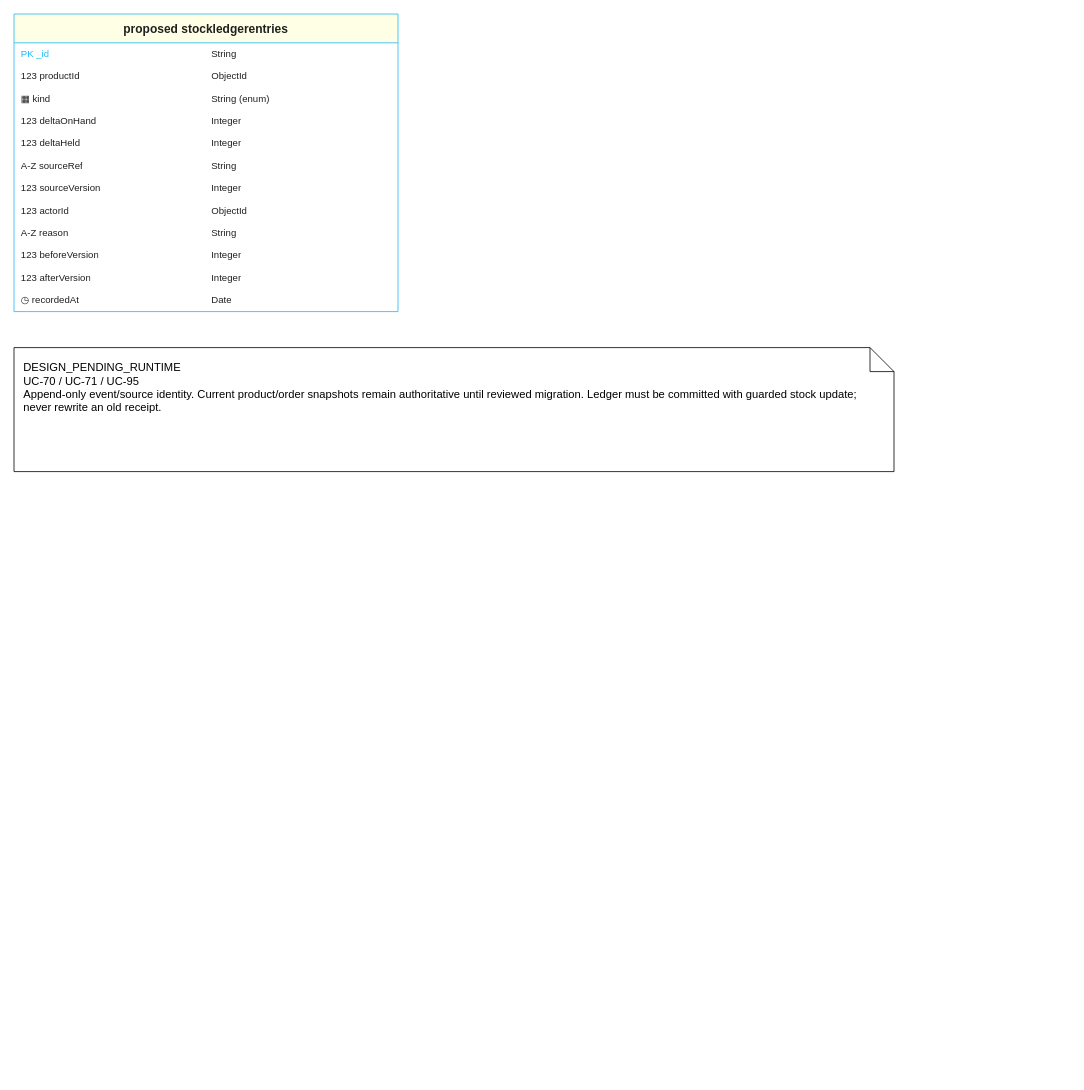
ngocthanhhx7/SEP490_G101_FALL2026 keeps this draw.io diagram as page "StockLedgerEntry — DESIGN_PENDING_RUNTIME" (6 of 11) of doc/reports/report4/database/planned-domain-schema.drawio. Above is the earlier version. Source tidied: cells renumbered, new cells numbered last; positions are measured from the earlier drawing's top-left corner, leaving out a move shared by most shapes. Both pictures are drawn from the tidied source at 80%, with x=0, y=0 at pixel (14, 14).
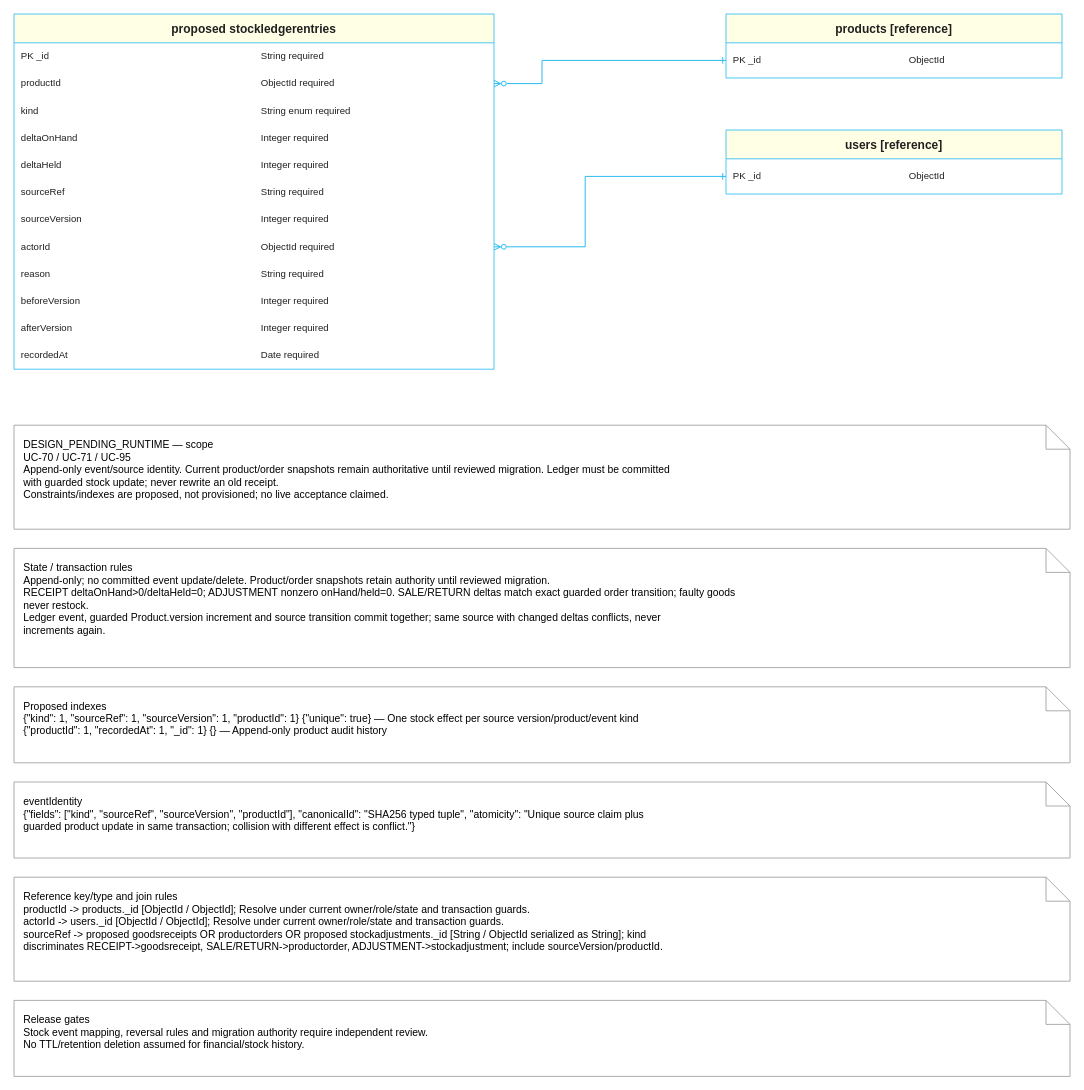
Above is the later version.

Change to the diagram source:
```diff
@@
     <mxCell id="2" value="proposed stockledgerentries" style="swimlane;startSize=36;horizontal=1;rounded=0;html=0;fillColor=#FFFFE5;swimlaneFillColor=#ffffff;strokeColor=#22B8F0;fontColor=#202020;fontSize=15;fontStyle=1;align=center;" parent="1" vertex="1">
-      <mxGeometry width="480" height="372" as="geometry" />
+      <mxGeometry width="600" height="444" as="geometry" />
     </mxCell>
-    <mxCell id="3" value="PK _id" style="text;html=0;whiteSpace=wrap;overflow=hidden;align=left;verticalAlign=middle;fontSize=12;fontColor=#22B8F0;spacingLeft=7;strokeColor=none;" parent="2" vertex="1">
-      <mxGeometry y="36" width="240" height="28" as="geometry" />
+    <mxCell id="3" value="PK _id" style="text;html=0;whiteSpace=wrap;overflow=hidden;align=left;verticalAlign=middle;fontSize=12;fontColor=#202020;spacingLeft=7;strokeColor=none;" parent="2" vertex="1">
+      <mxGeometry y="36" width="300" height="34" as="geometry" />
     </mxCell>
-    <mxCell id="4" value="String" style="text;html=0;whiteSpace=wrap;overflow=hidden;align=left;verticalAlign=middle;fontSize=12;fontColor=#202020;spacingLeft=5;strokeColor=none;" parent="2" vertex="1">
-      <mxGeometry x="240" y="36" width="240" height="28" as="geometry" />
+    <mxCell id="4" value="String required" style="text;html=0;whiteSpace=wrap;overflow=hidden;align=left;verticalAlign=middle;fontSize=12;fontColor=#202020;spacingLeft=7;strokeColor=none;" parent="2" vertex="1">
+      <mxGeometry x="300" y="36" width="300" height="34" as="geometry" />
     </mxCell>
-    <mxCell id="5" value="123 productId" style="text;html=0;whiteSpace=wrap;overflow=hidden;align=left;verticalAlign=middle;fontSize=12;fontColor=#202020;spacingLeft=7;strokeColor=none;" parent="2" vertex="1">
-      <mxGeometry y="64" width="240" height="28" as="geometry" />
+    <mxCell id="5" value="productId" style="text;html=0;whiteSpace=wrap;overflow=hidden;align=left;verticalAlign=middle;fontSize=12;fontColor=#202020;spacingLeft=7;strokeColor=none;" parent="2" vertex="1">
+      <mxGeometry y="70" width="300" height="34" as="geometry" />
     </mxCell>
-    <mxCell id="6" value="ObjectId" style="text;html=0;whiteSpace=wrap;overflow=hidden;align=left;verticalAlign=middle;fontSize=12;fontColor=#202020;spacingLeft=5;strokeColor=none;" parent="2" vertex="1">
-      <mxGeometry x="240" y="64" width="240" height="28" as="geometry" />
+    <mxCell id="6" value="ObjectId required" style="text;html=0;whiteSpace=wrap;overflow=hidden;align=left;verticalAlign=middle;fontSize=12;fontColor=#202020;spacingLeft=7;strokeColor=none;" parent="2" vertex="1">
+      <mxGeometry x="300" y="70" width="300" height="34" as="geometry" />
     </mxCell>
-    <mxCell id="7" value="▦ kind" style="text;html=0;whiteSpace=wrap;overflow=hidden;align=left;verticalAlign=middle;fontSize=12;fontColor=#202020;spacingLeft=7;strokeColor=none;" parent="2" vertex="1">
-      <mxGeometry y="92" width="240" height="28" as="geometry" />
+    <mxCell id="7" value="kind" style="text;html=0;whiteSpace=wrap;overflow=hidden;align=left;verticalAlign=middle;fontSize=12;fontColor=#202020;spacingLeft=7;strokeColor=none;" parent="2" vertex="1">
+      <mxGeometry y="104" width="300" height="34" as="geometry" />
     </mxCell>
-    <mxCell id="8" value="String (enum)" style="text;html=0;whiteSpace=wrap;overflow=hidden;align=left;verticalAlign=middle;fontSize=12;fontColor=#202020;spacingLeft=5;strokeColor=none;" parent="2" vertex="1">
-      <mxGeometry x="240" y="92" width="240" height="28" as="geometry" />
+    <mxCell id="8" value="String enum required" style="text;html=0;whiteSpace=wrap;overflow=hidden;align=left;verticalAlign=middle;fontSize=12;fontColor=#202020;spacingLeft=7;strokeColor=none;" parent="2" vertex="1">
+      <mxGeometry x="300" y="104" width="300" height="34" as="geometry" />
     </mxCell>
-    <mxCell id="9" value="123 deltaOnHand" style="text;html=0;whiteSpace=wrap;overflow=hidden;align=left;verticalAlign=middle;fontSize=12;fontColor=#202020;spacingLeft=7;strokeColor=none;" parent="2" vertex="1">
-      <mxGeometry y="120" width="240" height="28" as="geometry" />
+    <mxCell id="9" value="deltaOnHand" style="text;html=0;whiteSpace=wrap;overflow=hidden;align=left;verticalAlign=middle;fontSize=12;fontColor=#202020;spacingLeft=7;strokeColor=none;" parent="2" vertex="1">
+      <mxGeometry y="138" width="300" height="34" as="geometry" />
     </mxCell>
-    <mxCell id="10" value="Integer" style="text;html=0;whiteSpace=wrap;overflow=hidden;align=left;verticalAlign=middle;fontSize=12;fontColor=#202020;spacingLeft=5;strokeColor=none;" parent="2" vertex="1">
-      <mxGeometry x="240" y="120" width="240" height="28" as="geometry" />
+    <mxCell id="10" value="Integer required" style="text;html=0;whiteSpace=wrap;overflow=hidden;align=left;verticalAlign=middle;fontSize=12;fontColor=#202020;spacingLeft=7;strokeColor=none;" parent="2" vertex="1">
+      <mxGeometry x="300" y="138" width="300" height="34" as="geometry" />
     </mxCell>
-    <mxCell id="11" value="123 deltaHeld" style="text;html=0;whiteSpace=wrap;overflow=hidden;align=left;verticalAlign=middle;fontSize=12;fontColor=#202020;spacingLeft=7;strokeColor=none;" parent="2" vertex="1">
-      <mxGeometry y="148" width="240" height="28" as="geometry" />
+    <mxCell id="11" value="deltaHeld" style="text;html=0;whiteSpace=wrap;overflow=hidden;align=left;verticalAlign=middle;fontSize=12;fontColor=#202020;spacingLeft=7;strokeColor=none;" parent="2" vertex="1">
+      <mxGeometry y="172" width="300" height="34" as="geometry" />
     </mxCell>
-    <mxCell id="12" value="Integer" style="text;html=0;whiteSpace=wrap;overflow=hidden;align=left;verticalAlign=middle;fontSize=12;fontColor=#202020;spacingLeft=5;strokeColor=none;" parent="2" vertex="1">
-      <mxGeometry x="240" y="148" width="240" height="28" as="geometry" />
+    <mxCell id="12" value="Integer required" style="text;html=0;whiteSpace=wrap;overflow=hidden;align=left;verticalAlign=middle;fontSize=12;fontColor=#202020;spacingLeft=7;strokeColor=none;" parent="2" vertex="1">
+      <mxGeometry x="300" y="172" width="300" height="34" as="geometry" />
     </mxCell>
-    <mxCell id="13" value="A-Z sourceRef" style="text;html=0;whiteSpace=wrap;overflow=hidden;align=left;verticalAlign=middle;fontSize=12;fontColor=#202020;spacingLeft=7;strokeColor=none;" parent="2" vertex="1">
-      <mxGeometry y="176" width="240" height="28" as="geometry" />
+    <mxCell id="13" value="sourceRef" style="text;html=0;whiteSpace=wrap;overflow=hidden;align=left;verticalAlign=middle;fontSize=12;fontColor=#202020;spacingLeft=7;strokeColor=none;" parent="2" vertex="1">
+      <mxGeometry y="206" width="300" height="34" as="geometry" />
     </mxCell>
-    <mxCell id="14" value="String" style="text;html=0;whiteSpace=wrap;overflow=hidden;align=left;verticalAlign=middle;fontSize=12;fontColor=#202020;spacingLeft=5;strokeColor=none;" parent="2" vertex="1">
-      <mxGeometry x="240" y="176" width="240" height="28" as="geometry" />
+    <mxCell id="14" value="String required" style="text;html=0;whiteSpace=wrap;overflow=hidden;align=left;verticalAlign=middle;fontSize=12;fontColor=#202020;spacingLeft=7;strokeColor=none;" parent="2" vertex="1">
+      <mxGeometry x="300" y="206" width="300" height="34" as="geometry" />
     </mxCell>
-    <mxCell id="15" value="123 sourceVersion" style="text;html=0;whiteSpace=wrap;overflow=hidden;align=left;verticalAlign=middle;fontSize=12;fontColor=#202020;spacingLeft=7;strokeColor=none;" parent="2" vertex="1">
-      <mxGeometry y="204" width="240" height="28" as="geometry" />
+    <mxCell id="15" value="sourceVersion" style="text;html=0;whiteSpace=wrap;overflow=hidden;align=left;verticalAlign=middle;fontSize=12;fontColor=#202020;spacingLeft=7;strokeColor=none;" parent="2" vertex="1">
+      <mxGeometry y="240" width="300" height="34" as="geometry" />
     </mxCell>
-    <mxCell id="16" value="Integer" style="text;html=0;whiteSpace=wrap;overflow=hidden;align=left;verticalAlign=middle;fontSize=12;fontColor=#202020;spacingLeft=5;strokeColor=none;" parent="2" vertex="1">
-      <mxGeometry x="240" y="204" width="240" height="28" as="geometry" />
+    <mxCell id="16" value="Integer required" style="text;html=0;whiteSpace=wrap;overflow=hidden;align=left;verticalAlign=middle;fontSize=12;fontColor=#202020;spacingLeft=7;strokeColor=none;" parent="2" vertex="1">
+      <mxGeometry x="300" y="240" width="300" height="34" as="geometry" />
     </mxCell>
-    <mxCell id="17" value="123 actorId" style="text;html=0;whiteSpace=wrap;overflow=hidden;align=left;verticalAlign=middle;fontSize=12;fontColor=#202020;spacingLeft=7;strokeColor=none;" parent="2" vertex="1">
-      <mxGeometry y="232" width="240" height="28" as="geometry" />
+    <mxCell id="17" value="actorId" style="text;html=0;whiteSpace=wrap;overflow=hidden;align=left;verticalAlign=middle;fontSize=12;fontColor=#202020;spacingLeft=7;strokeColor=none;" parent="2" vertex="1">
+      <mxGeometry y="274" width="300" height="34" as="geometry" />
     </mxCell>
-    <mxCell id="18" value="ObjectId" style="text;html=0;whiteSpace=wrap;overflow=hidden;align=left;verticalAlign=middle;fontSize=12;fontColor=#202020;spacingLeft=5;strokeColor=none;" parent="2" vertex="1">
-      <mxGeometry x="240" y="232" width="240" height="28" as="geometry" />
+    <mxCell id="18" value="ObjectId required" style="text;html=0;whiteSpace=wrap;overflow=hidden;align=left;verticalAlign=middle;fontSize=12;fontColor=#202020;spacingLeft=7;strokeColor=none;" parent="2" vertex="1">
+      <mxGeometry x="300" y="274" width="300" height="34" as="geometry" />
     </mxCell>
-    <mxCell id="19" value="A-Z reason" style="text;html=0;whiteSpace=wrap;overflow=hidden;align=left;verticalAlign=middle;fontSize=12;fontColor=#202020;spacingLeft=7;strokeColor=none;" parent="2" vertex="1">
-      <mxGeometry y="260" width="240" height="28" as="geometry" />
+    <mxCell id="19" value="reason" style="text;html=0;whiteSpace=wrap;overflow=hidden;align=left;verticalAlign=middle;fontSize=12;fontColor=#202020;spacingLeft=7;strokeColor=none;" parent="2" vertex="1">
+      <mxGeometry y="308" width="300" height="34" as="geometry" />
     </mxCell>
-    <mxCell id="20" value="String" style="text;html=0;whiteSpace=wrap;overflow=hidden;align=left;verticalAlign=middle;fontSize=12;fontColor=#202020;spacingLeft=5;strokeColor=none;" parent="2" vertex="1">
-      <mxGeometry x="240" y="260" width="240" height="28" as="geometry" />
+    <mxCell id="20" value="String required" style="text;html=0;whiteSpace=wrap;overflow=hidden;align=left;verticalAlign=middle;fontSize=12;fontColor=#202020;spacingLeft=7;strokeColor=none;" parent="2" vertex="1">
+      <mxGeometry x="300" y="308" width="300" height="34" as="geometry" />
     </mxCell>
-    <mxCell id="21" value="123 beforeVersion" style="text;html=0;whiteSpace=wrap;overflow=hidden;align=left;verticalAlign=middle;fontSize=12;fontColor=#202020;spacingLeft=7;strokeColor=none;" parent="2" vertex="1">
-      <mxGeometry y="288" width="240" height="28" as="geometry" />
+    <mxCell id="21" value="beforeVersion" style="text;html=0;whiteSpace=wrap;overflow=hidden;align=left;verticalAlign=middle;fontSize=12;fontColor=#202020;spacingLeft=7;strokeColor=none;" parent="2" vertex="1">
+      <mxGeometry y="342" width="300" height="34" as="geometry" />
     </mxCell>
-    <mxCell id="22" value="Integer" style="text;html=0;whiteSpace=wrap;overflow=hidden;align=left;verticalAlign=middle;fontSize=12;fontColor=#202020;spacingLeft=5;strokeColor=none;" parent="2" vertex="1">
-      <mxGeometry x="240" y="288" width="240" height="28" as="geometry" />
+    <mxCell id="22" value="Integer required" style="text;html=0;whiteSpace=wrap;overflow=hidden;align=left;verticalAlign=middle;fontSize=12;fontColor=#202020;spacingLeft=7;strokeColor=none;" parent="2" vertex="1">
+      <mxGeometry x="300" y="342" width="300" height="34" as="geometry" />
     </mxCell>
-    <mxCell id="23" value="123 afterVersion" style="text;html=0;whiteSpace=wrap;overflow=hidden;align=left;verticalAlign=middle;fontSize=12;fontColor=#202020;spacingLeft=7;strokeColor=none;" parent="2" vertex="1">
-      <mxGeometry y="316" width="240" height="28" as="geometry" />
+    <mxCell id="23" value="afterVersion" style="text;html=0;whiteSpace=wrap;overflow=hidden;align=left;verticalAlign=middle;fontSize=12;fontColor=#202020;spacingLeft=7;strokeColor=none;" parent="2" vertex="1">
+      <mxGeometry y="376" width="300" height="34" as="geometry" />
     </mxCell>
-    <mxCell id="24" value="Integer" style="text;html=0;whiteSpace=wrap;overflow=hidden;align=left;verticalAlign=middle;fontSize=12;fontColor=#202020;spacingLeft=5;strokeColor=none;" parent="2" vertex="1">
-      <mxGeometry x="240" y="316" width="240" height="28" as="geometry" />
+    <mxCell id="24" value="Integer required" style="text;html=0;whiteSpace=wrap;overflow=hidden;align=left;verticalAlign=middle;fontSize=12;fontColor=#202020;spacingLeft=7;strokeColor=none;" parent="2" vertex="1">
+      <mxGeometry x="300" y="376" width="300" height="34" as="geometry" />
     </mxCell>
-    <mxCell id="25" value="◷ recordedAt" style="text;html=0;whiteSpace=wrap;overflow=hidden;align=left;verticalAlign=middle;fontSize=12;fontColor=#202020;spacingLeft=7;strokeColor=none;" parent="2" vertex="1">
-      <mxGeometry y="344" width="240" height="28" as="geometry" />
+    <mxCell id="25" value="recordedAt" style="text;html=0;whiteSpace=wrap;overflow=hidden;align=left;verticalAlign=middle;fontSize=12;fontColor=#202020;spacingLeft=7;strokeColor=none;" parent="2" vertex="1">
+      <mxGeometry y="410" width="300" height="34" as="geometry" />
     </mxCell>
-    <mxCell id="26" value="Date" style="text;html=0;whiteSpace=wrap;overflow=hidden;align=left;verticalAlign=middle;fontSize=12;fontColor=#202020;spacingLeft=5;strokeColor=none;" parent="2" vertex="1">
-      <mxGeometry x="240" y="344" width="240" height="28" as="geometry" />
+    <mxCell id="26" value="Date required" style="text;html=0;whiteSpace=wrap;overflow=hidden;align=left;verticalAlign=middle;fontSize=12;fontColor=#202020;spacingLeft=7;strokeColor=none;" parent="2" vertex="1">
+      <mxGeometry x="300" y="410" width="300" height="34" as="geometry" />
     </mxCell>
-    <mxCell id="27" value="DESIGN_PENDING_RUNTIME&#10;UC-70 / UC-71 / UC-95&#10;Append-only event/source identity. Current product/order snapshots remain authoritative until reviewed migration. Ledger must be committed with guarded stock update; never rewrite an old receipt." style="shape=note;html=0;whiteSpace=wrap;align=left;verticalAlign=top;spacing=12;fontSize=14;" parent="1" vertex="1">
-      <mxGeometry y="417" width="1100" height="155" as="geometry" />
-    </mxCell>
+    <mxCell id="28" value="products [reference]" style="swimlane;startSize=36;horizontal=1;rounded=0;html=0;fillColor=#FFFFE5;swimlaneFillColor=#ffffff;strokeColor=#22B8F0;fontColor=#202020;fontSize=15;fontStyle=1;align=center;" parent="1" vertex="1">
+      <mxGeometry x="890" width="420" height="80" as="geometry" />
+    </mxCell>
+    <mxCell id="29" value="PK _id" style="text;html=0;whiteSpace=wrap;overflow=hidden;align=left;verticalAlign=middle;fontSize=12;fontColor=#202020;spacingLeft=7;strokeColor=none;" parent="28" vertex="1">
+      <mxGeometry y="36" width="220" height="44" as="geometry" />
+    </mxCell>
+    <mxCell id="30" value="ObjectId" style="text;html=0;whiteSpace=wrap;overflow=hidden;align=left;verticalAlign=middle;fontSize=12;fontColor=#202020;spacingLeft=7;strokeColor=none;" parent="28" vertex="1">
+      <mxGeometry x="220" y="36" width="200" height="44" as="geometry" />
+    </mxCell>
+    <mxCell id="31" style="edgeStyle=none;rounded=0;html=0;exitX=1;exitY=0.19594594594594594;exitPerimeter=0;entryX=0;entryY=0.725;entryPerimeter=0;startArrow=ERzeroToMany;startFill=0;endArrow=ERone;endFill=0;strokeColor=#22B8F0;strokeWidth=1.2;" parent="1" edge="1" source="2" target="28">
+      <mxGeometry relative="1" as="geometry">
+        <Array as="points">
+          <mxPoint x="660" y="87" />
+          <mxPoint x="660" y="58" />
+        </Array>
+      </mxGeometry>
+    </mxCell>
+    <mxCell id="32" value="users [reference]" style="swimlane;startSize=36;horizontal=1;rounded=0;html=0;fillColor=#FFFFE5;swimlaneFillColor=#ffffff;strokeColor=#22B8F0;fontColor=#202020;fontSize=15;fontStyle=1;align=center;" parent="1" vertex="1">
+      <mxGeometry x="890" y="145" width="420" height="80" as="geometry" />
+    </mxCell>
+    <mxCell id="33" value="PK _id" style="text;html=0;whiteSpace=wrap;overflow=hidden;align=left;verticalAlign=middle;fontSize=12;fontColor=#202020;spacingLeft=7;strokeColor=none;" parent="32" vertex="1">
+      <mxGeometry y="36" width="220" height="44" as="geometry" />
+    </mxCell>
+    <mxCell id="34" value="ObjectId" style="text;html=0;whiteSpace=wrap;overflow=hidden;align=left;verticalAlign=middle;fontSize=12;fontColor=#202020;spacingLeft=7;strokeColor=none;" parent="32" vertex="1">
+      <mxGeometry x="220" y="36" width="200" height="44" as="geometry" />
+    </mxCell>
+    <mxCell id="35" style="edgeStyle=none;rounded=0;html=0;exitX=1;exitY=0.6554054054054054;exitPerimeter=0;entryX=0;entryY=0.725;entryPerimeter=0;startArrow=ERzeroToMany;startFill=0;endArrow=ERone;endFill=0;strokeColor=#22B8F0;strokeWidth=1.2;" parent="1" edge="1" source="2" target="32">
+      <mxGeometry relative="1" as="geometry">
+        <Array as="points">
+          <mxPoint x="714" y="291" />
+          <mxPoint x="714" y="203" />
+        </Array>
+      </mxGeometry>
+    </mxCell>
+    <mxCell id="36" value="DESIGN_PENDING_RUNTIME — scope&#10;UC-70 / UC-71 / UC-95&#10;Append-only event/source identity. Current product/order snapshots remain authoritative until reviewed migration. Ledger must be committed&#10;with guarded stock update; never rewrite an old receipt.&#10;Constraints/indexes are proposed, not provisioned; no live acceptance claimed." style="shape=note;html=0;whiteSpace=wrap;align=left;verticalAlign=top;spacing=12;fontSize=13;fillColor=#ffffff;strokeColor=#999999;" parent="1" vertex="1">
+      <mxGeometry y="514" width="1320" height="130" as="geometry" />
+    </mxCell>
+    <mxCell id="37" value="State / transaction rules&#10;Append-only; no committed event update/delete. Product/order snapshots retain authority until reviewed migration.&#10;RECEIPT deltaOnHand&gt;0/deltaHeld=0; ADJUSTMENT nonzero onHand/held=0. SALE/RETURN deltas match exact guarded order transition; faulty goods&#10;never restock.&#10;Ledger event, guarded Product.version increment and source transition commit together; same source with changed deltas conflicts, never&#10;increments again." style="shape=note;html=0;whiteSpace=wrap;align=left;verticalAlign=top;spacing=12;fontSize=13;fillColor=#ffffff;strokeColor=#999999;" parent="1" vertex="1">
+      <mxGeometry y="668" width="1320" height="149" as="geometry" />
+    </mxCell>
+    <mxCell id="38" value="Proposed indexes&#10;{&quot;kind&quot;: 1, &quot;sourceRef&quot;: 1, &quot;sourceVersion&quot;: 1, &quot;productId&quot;: 1} {&quot;unique&quot;: true} — One stock effect per source version/product/event kind&#10;{&quot;productId&quot;: 1, &quot;recordedAt&quot;: 1, &quot;_id&quot;: 1} {} — Append-only product audit history" style="shape=note;html=0;whiteSpace=wrap;align=left;verticalAlign=top;spacing=12;fontSize=13;fillColor=#ffffff;strokeColor=#999999;" parent="1" vertex="1">
+      <mxGeometry y="841" width="1320" height="95" as="geometry" />
+    </mxCell>
+    <mxCell id="39" value="eventIdentity&#10;{&quot;fields&quot;: [&quot;kind&quot;, &quot;sourceRef&quot;, &quot;sourceVersion&quot;, &quot;productId&quot;], &quot;canonicalId&quot;: &quot;SHA256 typed tuple&quot;, &quot;atomicity&quot;: &quot;Unique source claim plus&#10;guarded product update in same transaction; collision with different effect is conflict.&quot;}" style="shape=note;html=0;whiteSpace=wrap;align=left;verticalAlign=top;spacing=12;fontSize=13;fillColor=#ffffff;strokeColor=#999999;" parent="1" vertex="1">
+      <mxGeometry y="960" width="1320" height="95" as="geometry" />
+    </mxCell>
+    <mxCell id="40" value="Reference key/type and join rules&#10;productId -&gt; products._id [ObjectId / ObjectId]; Resolve under current owner/role/state and transaction guards.&#10;actorId -&gt; users._id [ObjectId / ObjectId]; Resolve under current owner/role/state and transaction guards.&#10;sourceRef -&gt; proposed goodsreceipts OR productorders OR proposed stockadjustments._id [String / ObjectId serialized as String]; kind&#10;discriminates RECEIPT-&gt;goodsreceipt, SALE/RETURN-&gt;productorder, ADJUSTMENT-&gt;stockadjustment; include sourceVersion/productId." style="shape=note;html=0;whiteSpace=wrap;align=left;verticalAlign=top;spacing=12;fontSize=13;fillColor=#ffffff;strokeColor=#999999;" parent="1" vertex="1">
+      <mxGeometry y="1079" width="1320" height="130" as="geometry" />
+    </mxCell>
+    <mxCell id="41" value="Release gates&#10;Stock event mapping, reversal rules and migration authority require independent review.&#10;No TTL/retention deletion assumed for financial/stock history." style="shape=note;html=0;whiteSpace=wrap;align=left;verticalAlign=top;spacing=12;fontSize=13;fillColor=#ffffff;strokeColor=#999999;" parent="1" vertex="1">
+      <mxGeometry y="1233" width="1320" height="95" as="geometry" />
+    </mxCell>
```
